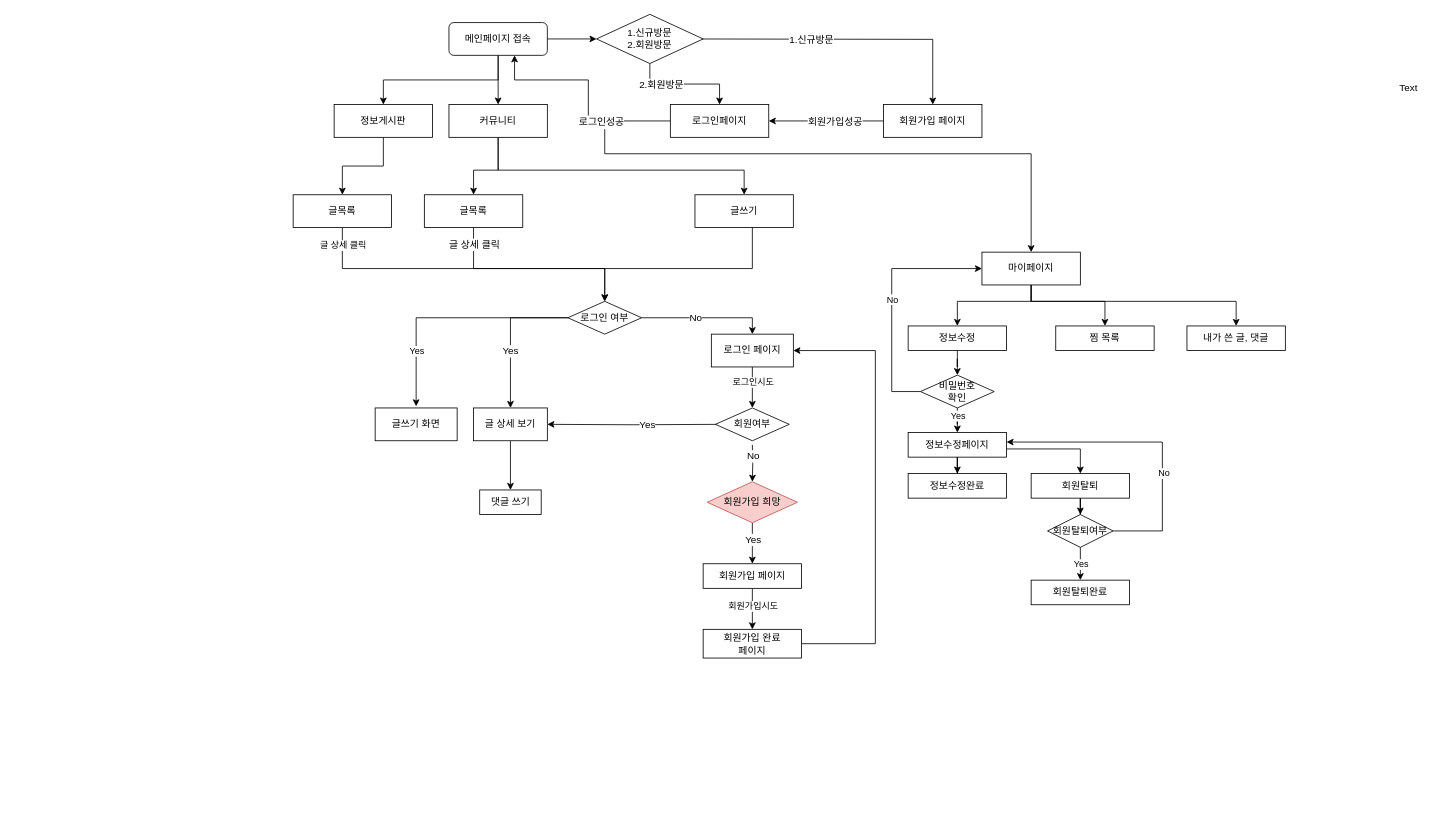
kzetadev/dotoriProject keeps this draw.io diagram as Copy of Untitled Diagram.drawio. Above is the earlier version. Source tidied: cells renumbered, new cells numbered last; positions are measured from the earlier drawing's top-left corner, leaving out a move shared by most shapes. Both pictures are drawn from the tidied source at 82%, with x=0, y=0 at pixel (293, 14).
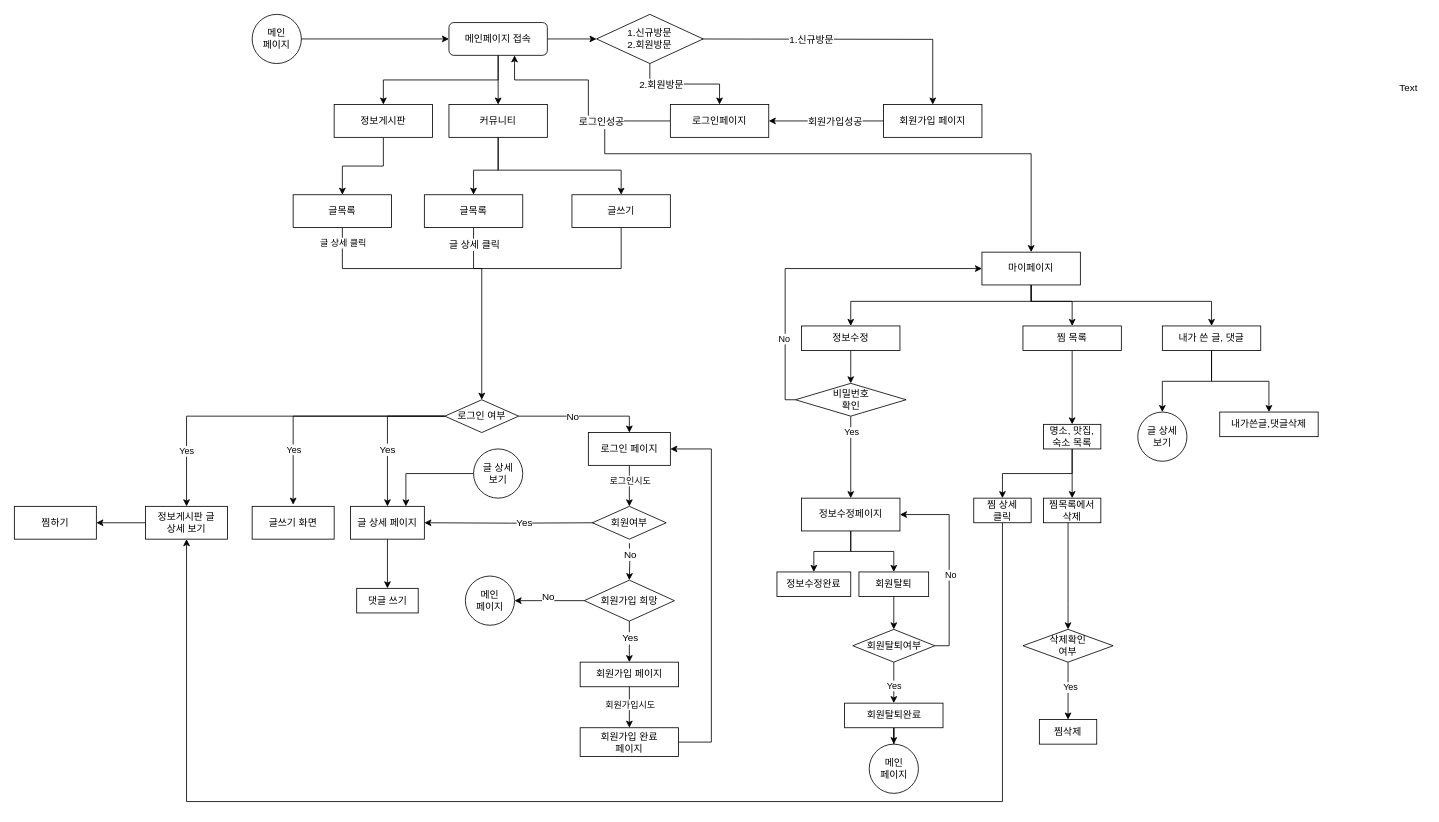
After the change.

Unchanged cells that the change refers to:
```xml
<mxCell id="9" value="메인페이지 접속" style="rounded=1;whiteSpace=wrap;html=1;fontSize=12;glass=0;strokeWidth=1;shadow=0;" parent="1" vertex="1">
  <mxGeometry x="190" y="10" width="120" height="40" as="geometry" />
</mxCell>
<mxCell id="12" value="커뮤니티" style="rounded=0;whiteSpace=wrap;html=1;" parent="1" vertex="1">
  <mxGeometry x="190" y="110" width="120" height="40" as="geometry" />
</mxCell>
<mxCell id="58" value="글목록" style="rounded=0;whiteSpace=wrap;html=1;" parent="1" vertex="1">
  <mxGeometry y="220" width="120" height="40" as="geometry" />
</mxCell>
<mxCell id="65" value="마이페이지" style="rounded=0;whiteSpace=wrap;html=1;" parent="1" vertex="1">
  <mxGeometry x="840" y="290" width="120" height="40" as="geometry" />
</mxCell>
<mxCell id="71" style="edgeStyle=orthogonalEdgeStyle;rounded=0;jettySize=auto;html=1;entryX=0.5;entryY=0;entryDx=0;entryDy=0;" parent="1" edge="1" source="75" target="78">
  <mxGeometry relative="1" as="geometry" />
</mxCell>
```

Diff of the diagram source:
```diff
@@
     <mxCell id="11" style="edgeStyle=orthogonalEdgeStyle;rounded=0;jettySize=auto;html=1;entryX=0.5;entryY=0;entryDx=0;entryDy=0;" parent="1" edge="1" source="12" target="20">
       <mxGeometry relative="1" as="geometry">
         <Array as="points">
           <mxPoint x="250" y="190" />
-          <mxPoint x="550" y="190" />
+          <mxPoint x="400" y="190" />
         </Array>
       </mxGeometry>
     </mxCell>
@@
     <mxCell id="20" value="글쓰기" style="rounded=0;whiteSpace=wrap;html=1;" parent="1" vertex="1">
-      <mxGeometry x="490" y="220" width="120" height="40" as="geometry" />
+      <mxGeometry x="340" y="220" width="120" height="40" as="geometry" />
     </mxCell>
@@
     <mxCell id="24" style="endArrow=none;html=1;" parent="1" edge="1">
       <mxGeometry relative="1" as="geometry">
         <mxPoint x="220" y="310" as="sourcePoint" />
-        <mxPoint x="560" y="310" as="targetPoint" />
+        <mxPoint x="400" y="310" as="targetPoint" />
       </mxGeometry>
     </mxCell>
     <mxCell id="25" style="endArrow=none;html=1;" parent="1" edge="1">
       <mxGeometry relative="1" as="geometry">
-        <mxPoint x="560" y="310" as="sourcePoint" />
-        <mxPoint x="560" y="260" as="targetPoint" />
+        <mxPoint x="400" y="310" as="sourcePoint" />
+        <mxPoint x="400" y="260" as="targetPoint" />
       </mxGeometry>
     </mxCell>
-    <mxCell id="26" style="endArrow=classic;html=1;" parent="1" edge="1">
-      <mxGeometry relative="1" as="geometry">
-        <mxPoint x="380" y="310" as="sourcePoint" />
-        <mxPoint x="380" y="350" as="targetPoint" />
-      </mxGeometry>
-    </mxCell>
@@
     <mxCell id="31" style="edgeStyle=orthogonalEdgeStyle;rounded=0;jettySize=auto;html=1;exitX=0;exitY=0.5;exitDx=0;exitDy=0;" parent="1" edge="1" source="33">
       <mxGeometry relative="1" as="geometry">
-        <mxPoint x="150" y="478" as="targetPoint" />
+        <mxPoint y="598" as="targetPoint" />
         <Array as="points">
-          <mxPoint x="150" y="370" />
-          <mxPoint x="150" y="478" />
+          <mxPoint y="490" />
+          <mxPoint y="598" />
         </Array>
       </mxGeometry>
     </mxCell>
@@
+    <mxCell id="88" style="edgeStyle=orthogonalEdgeStyle;rounded=0;jettySize=auto;html=1;entryX=0.5;entryY=0;entryDx=0;entryDy=0;" parent="1" edge="1" source="33" target="106">
+      <mxGeometry relative="1" as="geometry" />
+    </mxCell>
+    <mxCell id="89" value="Yes" style="edgeLabel;html=1;align=center;verticalAlign=middle;" parent="88" vertex="1">
+      <mxGeometry x="0.48" y="42" relative="1" as="geometry">
+        <mxPoint x="-43" y="42" as="offset" />
+      </mxGeometry>
+    </mxCell>
     <mxCell id="33" value="로그인 여부" style="rhombus;whiteSpace=wrap;html=1;" parent="1" vertex="1">
-      <mxGeometry x="335" y="350" width="90" height="40" as="geometry" />
+      <mxGeometry x="185" y="470" width="90" height="40" as="geometry" />
     </mxCell>
@@
-    <mxCell id="35" value="글 상세 보기" style="rounded=0;whiteSpace=wrap;html=1;" parent="1" vertex="1">
-      <mxGeometry x="220" y="480" width="90" height="40" as="geometry" />
+    <mxCell id="35" value="글 상세 페이지" style="rounded=0;whiteSpace=wrap;html=1;" parent="1" vertex="1">
+      <mxGeometry x="70" y="600" width="90" height="40" as="geometry" />
     </mxCell>
     <mxCell id="36" style="edgeStyle=orthogonalEdgeStyle;rounded=0;jettySize=auto;html=1;entryX=0.5;entryY=0;entryDx=0;entryDy=0;" parent="1" edge="1" source="38" target="52">
       <mxGeometry relative="1" as="geometry">
         <Array as="points">
-          <mxPoint x="560" y="440" />
-          <mxPoint x="560" y="440" />
+          <mxPoint x="410" y="560" />
+          <mxPoint x="410" y="560" />
         </Array>
       </mxGeometry>
     </mxCell>
@@
     <mxCell id="38" value="로그인 페이지" style="rounded=0;whiteSpace=wrap;html=1;" parent="1" vertex="1">
-      <mxGeometry x="510" y="390" width="100" height="40" as="geometry" />
+      <mxGeometry x="360" y="510" width="100" height="40" as="geometry" />
     </mxCell>
     <mxCell id="39" value="댓글 쓰기" style="rounded=0;whiteSpace=wrap;html=1;" parent="1" vertex="1">
-      <mxGeometry x="227.5" y="580" width="75" height="30" as="geometry" />
+      <mxGeometry x="77.5" y="700" width="75" height="30" as="geometry" />
     </mxCell>
     <mxCell id="40" style="edgeStyle=orthogonalEdgeStyle;rounded=0;jettySize=auto;html=1;entryX=1;entryY=0.5;entryDx=0;entryDy=0;" parent="1" edge="1" target="35">
       <mxGeometry relative="1" as="geometry">
-        <mxPoint x="520" y="500" as="sourcePoint" />
+        <mxPoint x="370" y="620" as="sourcePoint" />
       </mxGeometry>
     </mxCell>
@@
     <mxCell id="42" style="edgeStyle=orthogonalEdgeStyle;rounded=0;jettySize=auto;html=1;" parent="1" edge="1" target="46">
       <mxGeometry relative="1" as="geometry">
-        <mxPoint x="560" y="525" as="sourcePoint" />
+        <mxPoint x="410" y="645" as="sourcePoint" />
       </mxGeometry>
     </mxCell>
@@
     <mxCell id="44" style="edgeStyle=orthogonalEdgeStyle;rounded=0;jettySize=auto;html=1;entryX=0.5;entryY=0;entryDx=0;entryDy=0;" parent="1" edge="1" source="46" target="51">
       <mxGeometry relative="1" as="geometry">
         <Array as="points">
-          <mxPoint x="560" y="640" />
-          <mxPoint x="560" y="640" />
+          <mxPoint x="410" y="760" />
+          <mxPoint x="410" y="760" />
         </Array>
       </mxGeometry>
     </mxCell>
@@
+    <mxCell id="90" style="edgeStyle=orthogonalEdgeStyle;rounded=0;jettySize=auto;html=1;entryX=1;entryY=0.5;entryDx=0;entryDy=0;" parent="1" edge="1" source="46" target="107">
+      <mxGeometry relative="1" as="geometry" />
+    </mxCell>
-    <mxCell id="46" value="회원가입 희망" style="rhombus;whiteSpace=wrap;html=1;fillColor=#f8cecc;strokeColor=#b85450;" parent="1" vertex="1">
-      <mxGeometry x="505" y="570" width="110" height="50" as="geometry" />
+    <mxCell id="46" value="회원가입 희망" style="rhombus;whiteSpace=wrap;html=1;fillColor=none;strokeColor=#000000;" parent="1" vertex="1">
+      <mxGeometry x="355" y="690" width="110" height="50" as="geometry" />
     </mxCell>
     <mxCell id="47" style="edgeStyle=orthogonalEdgeStyle;rounded=0;jettySize=auto;html=1;entryX=1;entryY=0.5;entryDx=0;entryDy=0;" parent="1" edge="1" source="48" target="38">
       <mxGeometry relative="1" as="geometry">
         <Array as="points">
-          <mxPoint x="710" y="768" />
-          <mxPoint x="710" y="410" />
+          <mxPoint x="510" y="888" />
+          <mxPoint x="510" y="530" />
         </Array>
       </mxGeometry>
     </mxCell>
     <mxCell id="48" value="회원가입 완료&lt;br&gt;페이지" style="rounded=0;whiteSpace=wrap;html=1;" parent="1" vertex="1">
-      <mxGeometry x="500" y="750" width="120" height="35" as="geometry" />
+      <mxGeometry x="350" y="870" width="120" height="35" as="geometry" />
     </mxCell>
@@
     <mxCell id="51" value="회원가입 페이지" style="rounded=0;whiteSpace=wrap;html=1;" parent="1" vertex="1">
-      <mxGeometry x="500" y="670" width="120" height="30" as="geometry" />
+      <mxGeometry x="350" y="790" width="120" height="30" as="geometry" />
     </mxCell>
     <mxCell id="52" value="회원여부" style="rhombus;whiteSpace=wrap;html=1;" parent="1" vertex="1">
-      <mxGeometry x="515" y="480" width="90" height="40" as="geometry" />
+      <mxGeometry x="365" y="600" width="90" height="40" as="geometry" />
     </mxCell>
     <mxCell id="53" value="글쓰기 화면" style="rounded=0;whiteSpace=wrap;html=1;" parent="1" vertex="1">
-      <mxGeometry x="100" y="480" width="100" height="40" as="geometry" />
+      <mxGeometry x="-50" y="600" width="100" height="40" as="geometry" />
     </mxCell>
@@
     <mxCell id="56" style="edgeStyle=orthogonalEdgeStyle;rounded=0;jettySize=auto;html=1;exitX=0.5;exitY=1;exitDx=0;exitDy=0;entryX=0.5;entryY=0;entryDx=0;entryDy=0;" parent="1" edge="1" source="58" target="33">
       <mxGeometry relative="1" as="geometry">
         <Array as="points">
           <mxPoint x="60" y="310" />
-          <mxPoint x="380" y="310" />
+          <mxPoint x="230" y="310" />
         </Array>
       </mxGeometry>
     </mxCell>
@@
     <mxCell id="62" style="edgeStyle=orthogonalEdgeStyle;rounded=0;jettySize=auto;html=1;entryX=0.5;entryY=0;entryDx=0;entryDy=0;" parent="1" edge="1" source="65" target="70">
       <mxGeometry relative="1" as="geometry">
         <Array as="points">
           <mxPoint x="900" y="350" />
-          <mxPoint x="990" y="350" />
+          <mxPoint x="950" y="350" />
         </Array>
       </mxGeometry>
     </mxCell>
     <mxCell id="63" style="edgeStyle=orthogonalEdgeStyle;rounded=0;jettySize=auto;html=1;entryX=0.5;entryY=0;entryDx=0;entryDy=0;" parent="1" edge="1" target="69">
       <mxGeometry relative="1" as="geometry">
         <mxPoint x="900" y="330" as="sourcePoint" />
         <Array as="points">
           <mxPoint x="900" y="350" />
-          <mxPoint x="1150" y="350" />
+          <mxPoint x="1120" y="350" />
         </Array>
       </mxGeometry>
     </mxCell>
     <mxCell id="64" style="edgeStyle=orthogonalEdgeStyle;rounded=0;jettySize=auto;html=1;entryX=0.5;entryY=0;entryDx=0;entryDy=0;" parent="1" edge="1" source="65" target="68">
       <mxGeometry relative="1" as="geometry">
         <Array as="points">
           <mxPoint x="900" y="350" />
-          <mxPoint x="810" y="350" />
+          <mxPoint x="680" y="350" />
         </Array>
       </mxGeometry>
     </mxCell>
@@
     <mxCell id="67" style="edgeStyle=orthogonalEdgeStyle;rounded=0;jettySize=auto;html=1;entryX=0.5;entryY=0;entryDx=0;entryDy=0;" parent="1" edge="1" source="68" target="75">
-      <mxGeometry relative="1" as="geometry" />
+      <mxGeometry relative="1" as="geometry">
+        <Array as="points">
+          <mxPoint x="680" y="430" />
+          <mxPoint x="680" y="430" />
+        </Array>
+      </mxGeometry>
     </mxCell>
     <mxCell id="68" value="정보수정" style="rounded=0;whiteSpace=wrap;html=1;" parent="1" vertex="1">
-      <mxGeometry x="750" y="380" width="120" height="30" as="geometry" />
+      <mxGeometry x="620" y="380" width="120" height="30" as="geometry" />
     </mxCell>
+    <mxCell id="91" style="edgeStyle=orthogonalEdgeStyle;rounded=0;jettySize=auto;html=1;entryX=0.5;entryY=0;entryDx=0;entryDy=0;strokeColor=#000000;" parent="1" edge="1" source="69" target="112">
+      <mxGeometry relative="1" as="geometry" />
+    </mxCell>
     <mxCell id="69" value="내가 쓴 글, 댓글" style="rounded=0;whiteSpace=wrap;html=1;" parent="1" vertex="1">
-      <mxGeometry x="1090" y="380" width="120" height="30" as="geometry" />
+      <mxGeometry x="1060" y="380" width="120" height="30" as="geometry" />
     </mxCell>
+    <mxCell id="92" style="edgeStyle=orthogonalEdgeStyle;rounded=0;jettySize=auto;html=1;entryX=0.5;entryY=0;entryDx=0;entryDy=0;" parent="1" edge="1" source="70" target="96">
+      <mxGeometry relative="1" as="geometry" />
+    </mxCell>
     <mxCell id="70" value="찜 목록" style="rounded=0;whiteSpace=wrap;html=1;" parent="1" vertex="1">
-      <mxGeometry x="930" y="380" width="120" height="30" as="geometry" />
+      <mxGeometry x="890" y="380" width="120" height="30" as="geometry" />
     </mxCell>
@@
     <mxCell id="72" value="Yes" style="edgeLabel;html=1;align=center;verticalAlign=middle;" parent="71" vertex="1">
       <mxGeometry x="-0.84" relative="1" as="geometry">
-        <mxPoint y="5.8" as="offset" />
+        <mxPoint y="11.6" as="offset" />
       </mxGeometry>
     </mxCell>
-    <mxCell id="73" style="edgeStyle=orthogonalEdgeStyle;rounded=0;jettySize=auto;html=1;entryX=0;entryY=0.5;entryDx=0;entryDy=0;" parent="1" edge="1" source="75" target="65">
+    <mxCell id="73" style="edgeStyle=orthogonalEdgeStyle;rounded=0;jettySize=auto;html=1;entryX=0;entryY=0.5;entryDx=0;entryDy=0;exitX=0;exitY=0.5;exitDx=0;exitDy=0;" parent="1" edge="1" source="75" target="65">
       <mxGeometry relative="1" as="geometry">
         <Array as="points">
-          <mxPoint x="730" y="460" />
-          <mxPoint x="730" y="310" />
+          <mxPoint x="600" y="470" />
+          <mxPoint x="600" y="310" />
         </Array>
       </mxGeometry>
     </mxCell>
     <mxCell id="74" value="&lt;div&gt;No&lt;/div&gt;" style="edgeLabel;html=1;align=center;verticalAlign=middle;" parent="73" vertex="1">
-      <mxGeometry relative="1" as="geometry" />
+      <mxGeometry relative="1" as="geometry">
+        <mxPoint x="-34.6" y="85" as="offset" />
+      </mxGeometry>
     </mxCell>
     <mxCell id="75" value="&lt;div&gt;비밀번호&lt;/div&gt;&lt;div&gt;확인&lt;/div&gt;" style="rhombus;whiteSpace=wrap;html=1;" parent="1" vertex="1">
-      <mxGeometry x="765" y="440" width="90" height="40" as="geometry" />
+      <mxGeometry x="612.5" y="450" width="135" height="40" as="geometry" />
     </mxCell>
@@
     <mxCell id="77" style="edgeStyle=orthogonalEdgeStyle;rounded=0;jettySize=auto;html=1;entryX=0.5;entryY=0;entryDx=0;entryDy=0;" parent="1" edge="1" source="78" target="81">
-      <mxGeometry relative="1" as="geometry">
-        <Array as="points">
-          <mxPoint x="960" y="530" />
-        </Array>
-      </mxGeometry>
+      <mxGeometry relative="1" as="geometry" />
     </mxCell>
     <mxCell id="78" value="정보수정페이지" style="rounded=0;whiteSpace=wrap;html=1;" parent="1" vertex="1">
-      <mxGeometry x="750" y="510" width="120" height="30" as="geometry" />
+      <mxGeometry x="620" y="590" width="120" height="40" as="geometry" />
     </mxCell>
     <mxCell id="79" value="정보수정완료" style="rounded=0;whiteSpace=wrap;html=1;" parent="1" vertex="1">
-      <mxGeometry x="750" y="560" width="120" height="30" as="geometry" />
+      <mxGeometry x="590" y="680" width="90" height="30" as="geometry" />
     </mxCell>
@@
     <mxCell id="81" value="회원탈퇴" style="rounded=0;whiteSpace=wrap;html=1;" parent="1" vertex="1">
-      <mxGeometry x="900" y="560" width="120" height="30" as="geometry" />
+      <mxGeometry x="690" y="680" width="85" height="30" as="geometry" />
     </mxCell>
@@
-    <mxCell id="84" style="edgeStyle=orthogonalEdgeStyle;rounded=0;jettySize=auto;html=1;exitX=1;exitY=0.5;exitDx=0;exitDy=0;entryX=1;entryY=0.386;entryDx=0;entryDy=0;entryPerimeter=0;" parent="1" edge="1" source="86" target="78">
+    <mxCell id="84" style="edgeStyle=orthogonalEdgeStyle;rounded=0;jettySize=auto;html=1;exitX=1;exitY=0.5;exitDx=0;exitDy=0;entryX=1;entryY=0.5;entryDx=0;entryDy=0;" parent="1" edge="1" source="86" target="78">
       <mxGeometry relative="1" as="geometry">
         <Array as="points">
-          <mxPoint x="1060" y="630" />
-          <mxPoint x="1060" y="522" />
+          <mxPoint x="800" y="770" />
+          <mxPoint x="800" y="610" />
         </Array>
       </mxGeometry>
     </mxCell>
     <mxCell id="85" value="No" style="edgeLabel;html=1;align=center;verticalAlign=middle;" parent="84" vertex="1">
-      <mxGeometry x="-0.27" y="-1" relative="1" as="geometry" />
+      <mxGeometry x="-0.27" y="-1" relative="1" as="geometry">
+        <mxPoint y="-17.5" as="offset" />
+      </mxGeometry>
     </mxCell>
     <mxCell id="86" value="회원탈퇴여부" style="rhombus;whiteSpace=wrap;html=1;" parent="1" vertex="1">
-      <mxGeometry x="920" y="610" width="80" height="40" as="geometry" />
+      <mxGeometry x="682.5" y="750" width="100" height="40" as="geometry" />
     </mxCell>
+    <mxCell id="93" style="edgeStyle=orthogonalEdgeStyle;rounded=0;jettySize=auto;html=1;entryX=0.5;entryY=0;entryDx=0;entryDy=0;" parent="1" edge="1" source="87" target="110">
+      <mxGeometry relative="1" as="geometry" />
+    </mxCell>
     <mxCell id="87" value="회원탈퇴완료" style="rounded=0;whiteSpace=wrap;html=1;" parent="1" vertex="1">
-      <mxGeometry x="900" y="690" width="120" height="30" as="geometry" />
+      <mxGeometry x="672.5" y="840" width="120" height="30" as="geometry" />
     </mxCell>
+    <mxCell id="94" style="edgeStyle=orthogonalEdgeStyle;rounded=0;jettySize=auto;html=1;entryX=0.5;entryY=0;entryDx=0;entryDy=0;" parent="1" edge="1" source="96" target="98">
+      <mxGeometry relative="1" as="geometry">
+        <Array as="points">
+          <mxPoint x="950" y="560" />
+          <mxPoint x="865" y="560" />
+        </Array>
+      </mxGeometry>
+    </mxCell>
+    <mxCell id="95" style="edgeStyle=orthogonalEdgeStyle;rounded=0;jettySize=auto;html=1;entryX=0.5;entryY=0;entryDx=0;entryDy=0;" parent="1" edge="1" source="96" target="100">
+      <mxGeometry relative="1" as="geometry" />
+    </mxCell>
+    <mxCell id="96" value="명소, 맛집, 숙소 목록" style="rounded=0;whiteSpace=wrap;html=1;" parent="1" vertex="1">
+      <mxGeometry x="915" y="500" width="70" height="30" as="geometry" />
+    </mxCell>
+    <mxCell id="97" style="edgeStyle=orthogonalEdgeStyle;rounded=0;jettySize=auto;html=1;entryX=0.5;entryY=1;entryDx=0;entryDy=0;fillColor=#a20025;strokeColor=#000000;" parent="1" edge="1" source="98" target="106">
+      <mxGeometry relative="1" as="geometry">
+        <Array as="points">
+          <mxPoint x="865" y="960" />
+          <mxPoint x="-130" y="960" />
+        </Array>
+      </mxGeometry>
+    </mxCell>
+    <mxCell id="98" value="&lt;div&gt;찜 상세&lt;/div&gt;&lt;div&gt;클릭&lt;/div&gt;" style="rounded=0;whiteSpace=wrap;html=1;" parent="1" vertex="1">
+      <mxGeometry x="830" y="590" width="70" height="30" as="geometry" />
+    </mxCell>
+    <mxCell id="99" style="edgeStyle=orthogonalEdgeStyle;rounded=0;jettySize=auto;html=1;entryX=0.5;entryY=0;entryDx=0;entryDy=0;" parent="1" edge="1" source="100" target="103">
+      <mxGeometry relative="1" as="geometry">
+        <Array as="points">
+          <mxPoint x="945" y="720" />
+          <mxPoint x="945" y="720" />
+        </Array>
+      </mxGeometry>
+    </mxCell>
+    <mxCell id="100" value="찜목록에서 삭제" style="rounded=0;whiteSpace=wrap;html=1;" parent="1" vertex="1">
+      <mxGeometry x="915" y="590" width="70" height="30" as="geometry" />
+    </mxCell>
+    <mxCell id="101" style="edgeStyle=orthogonalEdgeStyle;rounded=0;jettySize=auto;html=1;entryX=0.5;entryY=0;entryDx=0;entryDy=0;" parent="1" edge="1" source="103" target="104">
+      <mxGeometry relative="1" as="geometry">
+        <Array as="points">
+          <mxPoint x="945" y="820" />
+          <mxPoint x="945" y="820" />
+        </Array>
+      </mxGeometry>
+    </mxCell>
+    <mxCell id="102" value="Yes" style="edgeLabel;html=1;align=center;verticalAlign=middle;" parent="101" vertex="1">
+      <mxGeometry x="-0.5" y="-2" relative="1" as="geometry">
+        <mxPoint x="4" y="12" as="offset" />
+      </mxGeometry>
+    </mxCell>
+    <mxCell id="103" value="&lt;div&gt;삭제확인&lt;/div&gt;&lt;div&gt;여부&lt;/div&gt;" style="rhombus;whiteSpace=wrap;html=1;" parent="1" vertex="1">
+      <mxGeometry x="890" y="750" width="110" height="40" as="geometry" />
+    </mxCell>
+    <mxCell id="104" value="찜삭제" style="rounded=0;whiteSpace=wrap;html=1;" parent="1" vertex="1">
+      <mxGeometry x="910" y="860" width="70" height="30" as="geometry" />
+    </mxCell>
+    <mxCell id="105" style="edgeStyle=orthogonalEdgeStyle;rounded=0;jettySize=auto;html=1;" parent="1" edge="1" source="106" target="115">
+      <mxGeometry relative="1" as="geometry" />
+    </mxCell>
+    <mxCell id="106" value="정보게시판 글&lt;br&gt;상세 보기" style="rounded=0;whiteSpace=wrap;html=1;" parent="1" vertex="1">
+      <mxGeometry x="-180" y="600" width="100" height="40" as="geometry" />
+    </mxCell>
+    <mxCell id="107" value="&lt;div&gt;메인&lt;/div&gt;&lt;div&gt;페이지&lt;/div&gt;" style="ellipse;whiteSpace=wrap;html=1;" parent="1" vertex="1">
+      <mxGeometry x="210" y="685" width="60" height="60" as="geometry" />
+    </mxCell>
+    <mxCell id="108" style="edgeStyle=orthogonalEdgeStyle;rounded=0;jettySize=auto;html=1;entryX=0;entryY=0.5;entryDx=0;entryDy=0;" parent="1" edge="1" source="109" target="9">
+      <mxGeometry relative="1" as="geometry" />
+    </mxCell>
+    <mxCell id="109" value="&lt;div&gt;메인&lt;/div&gt;&lt;div&gt;페이지&lt;br&gt;&lt;/div&gt;" style="ellipse;whiteSpace=wrap;html=1;" parent="1" vertex="1">
+      <mxGeometry x="-50" width="60" height="60" as="geometry" />
+    </mxCell>
+    <mxCell id="110" value="&lt;div&gt;메인&lt;/div&gt;&lt;div&gt;페이지&lt;br&gt;&lt;/div&gt;" style="ellipse;whiteSpace=wrap;html=1;" parent="1" vertex="1">
+      <mxGeometry x="702.5" y="890" width="60" height="60" as="geometry" />
+    </mxCell>
+    <mxCell id="111" value="No" style="text;html=1;align=center;verticalAlign=middle;labelBackgroundColor=#ffffff;" parent="1" vertex="1">
+      <mxGeometry x="310" y="710" as="geometry" />
+    </mxCell>
+    <mxCell id="112" value="&lt;div&gt;글 상세&lt;/div&gt;&lt;div&gt;보기&lt;/div&gt;" style="ellipse;whiteSpace=wrap;html=1;" parent="1" vertex="1">
+      <mxGeometry x="1030" y="485" width="60" height="60" as="geometry" />
+    </mxCell>
+    <mxCell id="113" style="edgeStyle=orthogonalEdgeStyle;rounded=0;jettySize=auto;html=1;entryX=0.75;entryY=0;entryDx=0;entryDy=0;strokeColor=#000000;" parent="1" edge="1" source="114" target="35">
+      <mxGeometry relative="1" as="geometry" />
+    </mxCell>
+    <mxCell id="114" value="&lt;div&gt;글 상세&lt;/div&gt;&lt;div&gt;보기&lt;/div&gt;" style="ellipse;whiteSpace=wrap;html=1;" parent="1" vertex="1">
+      <mxGeometry x="220" y="530" width="60" height="60" as="geometry" />
+    </mxCell>
+    <mxCell id="115" value="찜하기" style="rounded=0;whiteSpace=wrap;html=1;" parent="1" vertex="1">
+      <mxGeometry x="-340" y="600" width="100" height="40" as="geometry" />
+    </mxCell>
+    <mxCell id="116" value="내가쓴글,댓글삭제" style="rounded=0;whiteSpace=wrap;html=1;" parent="1" vertex="1">
+      <mxGeometry x="1130" y="485" width="120" height="30" as="geometry" />
+    </mxCell>
+    <mxCell id="117" style="edgeStyle=orthogonalEdgeStyle;rounded=0;jettySize=auto;html=1;entryX=0.5;entryY=0;entryDx=0;entryDy=0;strokeColor=#000000;exitX=0.5;exitY=1;exitDx=0;exitDy=0;" parent="1" edge="1" source="69" target="116">
+      <mxGeometry relative="1" as="geometry" />
+    </mxCell>
```
